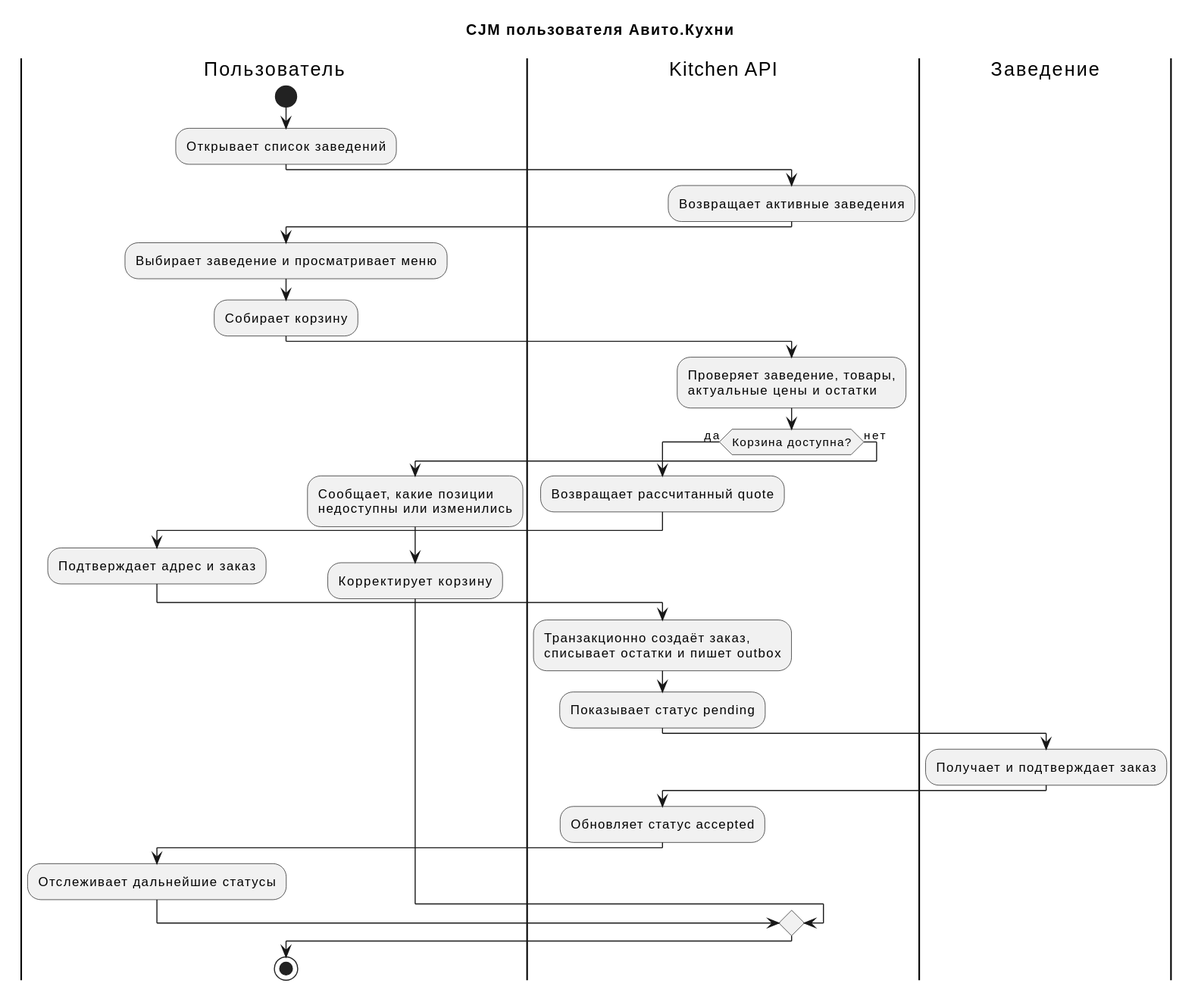
Before: docs/rendered/customer.svg, a diagram exported from PlantUML (leedcee/restaurant-delivery-microservices). The source it was exported from:
```plantuml
@startuml
title CJM пользователя Авито.Кухни
skinparam shadowing false

|Пользователь|
start
:Открывает список заведений;
|Kitchen API|
:Возвращает активные заведения;
|Пользователь|
:Выбирает заведение и просматривает меню;
:Собирает корзину;
|Kitchen API|
:Проверяет заведение, товары,
актуальные цены и остатки;
if (Корзина доступна?) then (да)
  :Возвращает рассчитанный quote;
  |Пользователь|
  :Подтверждает адрес и заказ;
  |Kitchen API|
  :Транзакционно создаёт заказ,
списывает остатки и пишет outbox;
  :Показывает статус pending;
  |Заведение|
  :Получает и подтверждает заказ;
  |Kitchen API|
  :Обновляет статус accepted;
  |Пользователь|
  :Отслеживает дальнейшие статусы;
else (нет)
  :Сообщает, какие позиции
недоступны или изменились;
  |Пользователь|
  :Корректирует корзину;
endif
stop
@enduml
```
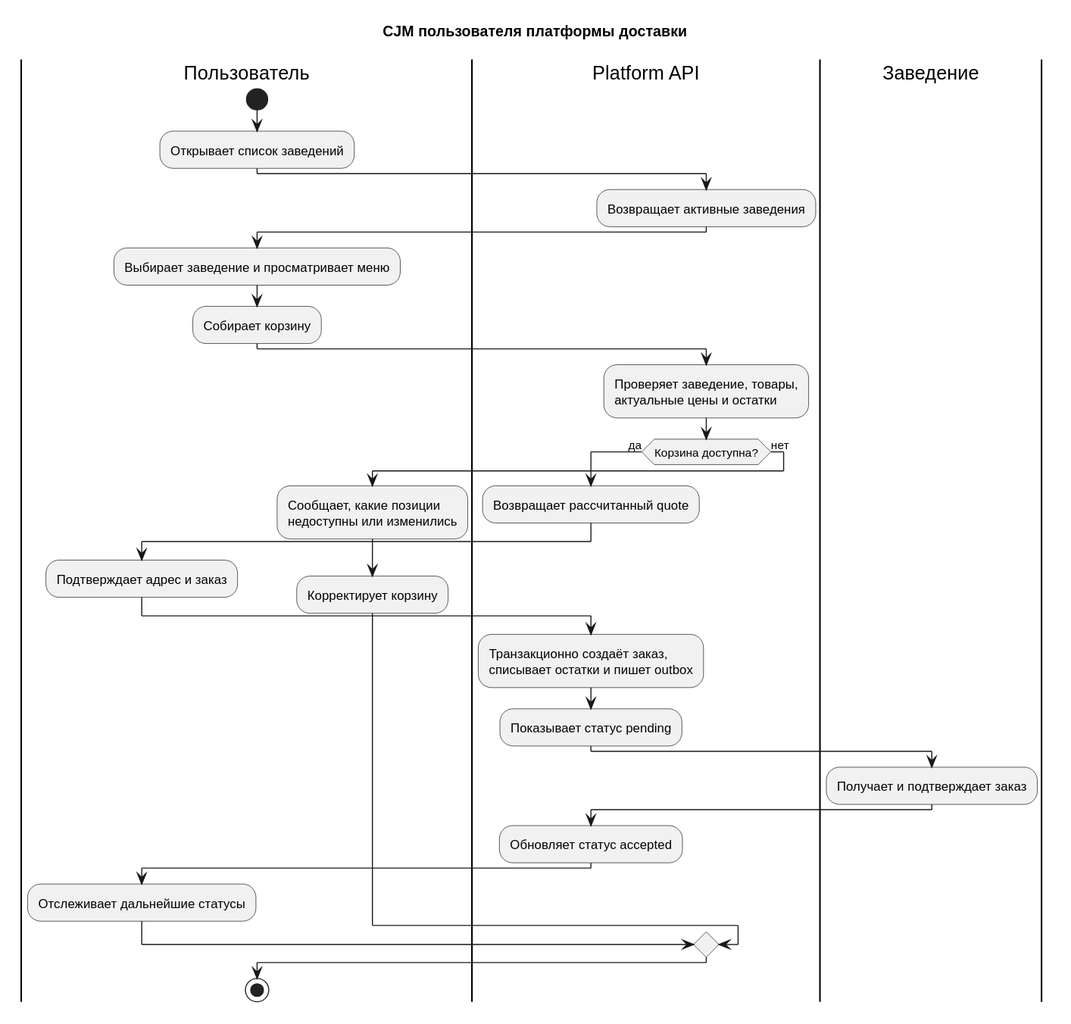
The same diagram one commit later.

The edit, as a diff of the source:
```diff
@@ -1,29 +1,29 @@
 @startuml
-title CJM пользователя Авито.Кухни
+title CJM пользователя платформы доставки
 skinparam shadowing false
 
 |Пользователь|
 start
 :Открывает список заведений;
-|Kitchen API|
+|Platform API|
 :Возвращает активные заведения;
 |Пользователь|
 :Выбирает заведение и просматривает меню;
 :Собирает корзину;
-|Kitchen API|
+|Platform API|
 :Проверяет заведение, товары,
 актуальные цены и остатки;
 if (Корзина доступна?) then (да)
   :Возвращает рассчитанный quote;
   |Пользователь|
   :Подтверждает адрес и заказ;
-  |Kitchen API|
+  |Platform API|
   :Транзакционно создаёт заказ,
 списывает остатки и пишет outbox;
   :Показывает статус pending;
   |Заведение|
   :Получает и подтверждает заказ;
-  |Kitchen API|
+  |Platform API|
   :Обновляет статус accepted;
   |Пользователь|
   :Отслеживает дальнейшие статусы;
```
